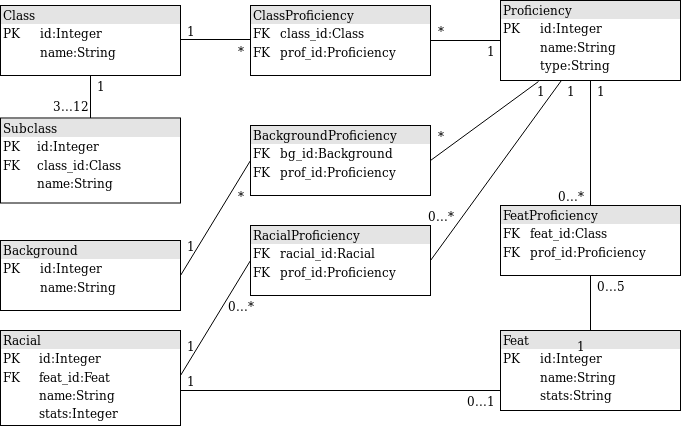
Fumblessi/ot-harjoitustyo keeps this draw.io diagram as dokumentointi/tietokantakaavio.png. Above is the earlier version. Source tidied: cells renumbered, new cells last; positions are measured from the earlier drawing's top-left corner, leaving out a move shared by most shapes.
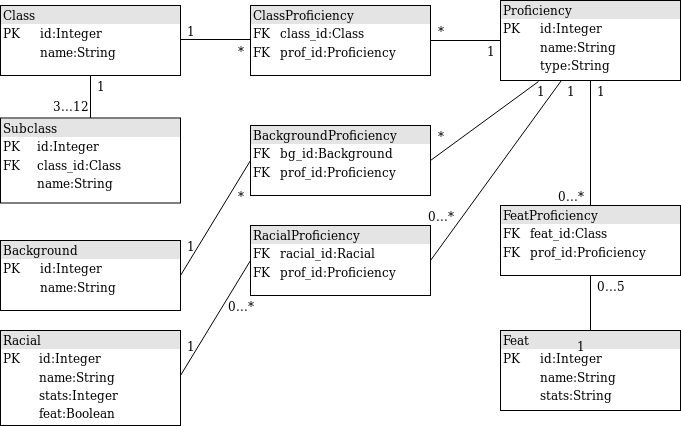
The same diagram one commit later.

The edit, as a diff of the source:
```diff
@@ -118,18 +118,7 @@
     <mxCell id="37" value="0...5" style="text;html=1;strokeColor=none;fillColor=none;align=center;verticalAlign=middle;whiteSpace=wrap;rounded=0;" parent="1" vertex="1">
       <mxGeometry x="590" y="275" width="40" height="20" as="geometry" />
     </mxCell>
-    <mxCell id="38" style="endArrow=none;html=1;entryX=0;entryY=0.75;entryDx=0;entryDy=0;" parent="1" edge="1" target="16">
-      <mxGeometry relative="1" as="geometry">
-        <mxPoint x="180" y="390" as="sourcePoint" />
-      </mxGeometry>
-    </mxCell>
-    <mxCell id="39" value="1" style="text;html=1;strokeColor=none;fillColor=none;align=center;verticalAlign=middle;whiteSpace=wrap;rounded=0;" parent="1" vertex="1">
-      <mxGeometry x="170" y="370" width="40" height="20" as="geometry" />
-    </mxCell>
-    <mxCell id="40" value="0...1" style="text;html=1;strokeColor=none;fillColor=none;align=center;verticalAlign=middle;whiteSpace=wrap;rounded=0;" parent="1" vertex="1">
-      <mxGeometry x="460" y="390" width="40" height="20" as="geometry" />
-    </mxCell>
-    <mxCell id="41" value="&lt;div style=&quot;box-sizing: border-box ; width: 100% ; background: #e4e4e4 ; padding: 2px&quot;&gt;Racial&lt;/div&gt;&lt;table style=&quot;width: 100% ; font-size: 1em&quot; cellspacing=&quot;0&quot; cellpadding=&quot;2&quot;&gt;&lt;tbody&gt;&lt;tr&gt;&lt;td&gt;PK&lt;/td&gt;&lt;td&gt;id:Integer&lt;br&gt;&lt;/td&gt;&lt;/tr&gt;&lt;tr&gt;&lt;td&gt;FK&lt;/td&gt;&lt;td style=&quot;line-height: 120%&quot;&gt;feat_id:Feat&lt;br&gt;&lt;/td&gt;&lt;/tr&gt;&lt;tr&gt;&lt;td&gt;&lt;br&gt;&lt;/td&gt;&lt;td style=&quot;line-height: 120%&quot;&gt;name:String&lt;br&gt;&lt;/td&gt;&lt;/tr&gt;&lt;tr&gt;&lt;td&gt;&lt;br&gt;&lt;/td&gt;&lt;td&gt;stats:Integer&lt;/td&gt;&lt;/tr&gt;&lt;/tbody&gt;&lt;/table&gt;" style="verticalAlign=top;align=left;overflow=fill;html=1;" parent="1" vertex="1">
+    <mxCell id="41" value="&lt;div style=&quot;box-sizing: border-box ; width: 100% ; background: #e4e4e4 ; padding: 2px&quot;&gt;Racial&lt;/div&gt;&lt;table style=&quot;width: 100% ; font-size: 1em&quot; cellspacing=&quot;0&quot; cellpadding=&quot;2&quot;&gt;&lt;tbody&gt;&lt;tr&gt;&lt;td&gt;PK&lt;/td&gt;&lt;td&gt;id:Integer&lt;br&gt;&lt;/td&gt;&lt;/tr&gt;&lt;tr&gt;&lt;td&gt;&lt;br&gt;&lt;/td&gt;&lt;td style=&quot;line-height: 120%&quot;&gt;name:String&lt;br&gt;&lt;/td&gt;&lt;/tr&gt;&lt;tr&gt;&lt;td&gt;&lt;br&gt;&lt;/td&gt;&lt;td style=&quot;line-height: 120%&quot;&gt;stats:Integer&lt;br&gt;&lt;/td&gt;&lt;/tr&gt;&lt;tr&gt;&lt;td&gt;&lt;br&gt;&lt;/td&gt;&lt;td&gt;feat:Boolean&lt;/td&gt;&lt;/tr&gt;&lt;/tbody&gt;&lt;/table&gt;" style="verticalAlign=top;align=left;overflow=fill;html=1;" parent="1" vertex="1">
       <mxGeometry y="330" width="180" height="95" as="geometry" />
     </mxCell>
   </root>
```
